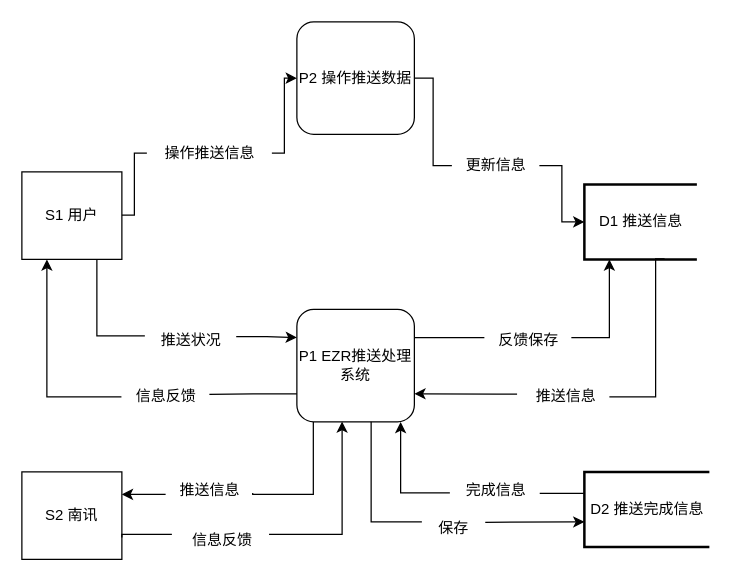
This is 南讯数据流图.drawio from natyuen/huatu, a draw.io file, before an edit. Source tidied: cells renumbered, new cells numbered last; positions are measured from the earlier drawing's top-left corner, leaving out a move shared by most shapes. Both pictures are drawn from the tidied source at 125%, with x=0, y=0 at pixel (21, 21).
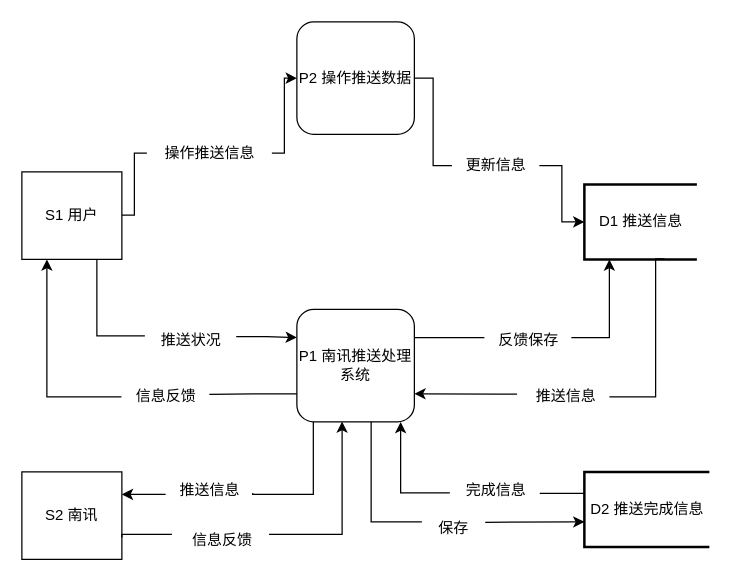
After the change.

Commit message:
更新南讯数据流图.drawio

What changed in the source:
```diff
@@
-    <mxCell id="2" value="P1 EZR推送处理系统" style="rounded=1;whiteSpace=wrap;html=1;" parent="1" vertex="1">
+    <mxCell id="2" value="P1 南讯推送处理系统" style="rounded=1;whiteSpace=wrap;html=1;" parent="1" vertex="1">
       <mxGeometry x="220" y="230" width="94" height="90" as="geometry" />
     </mxCell>
```
